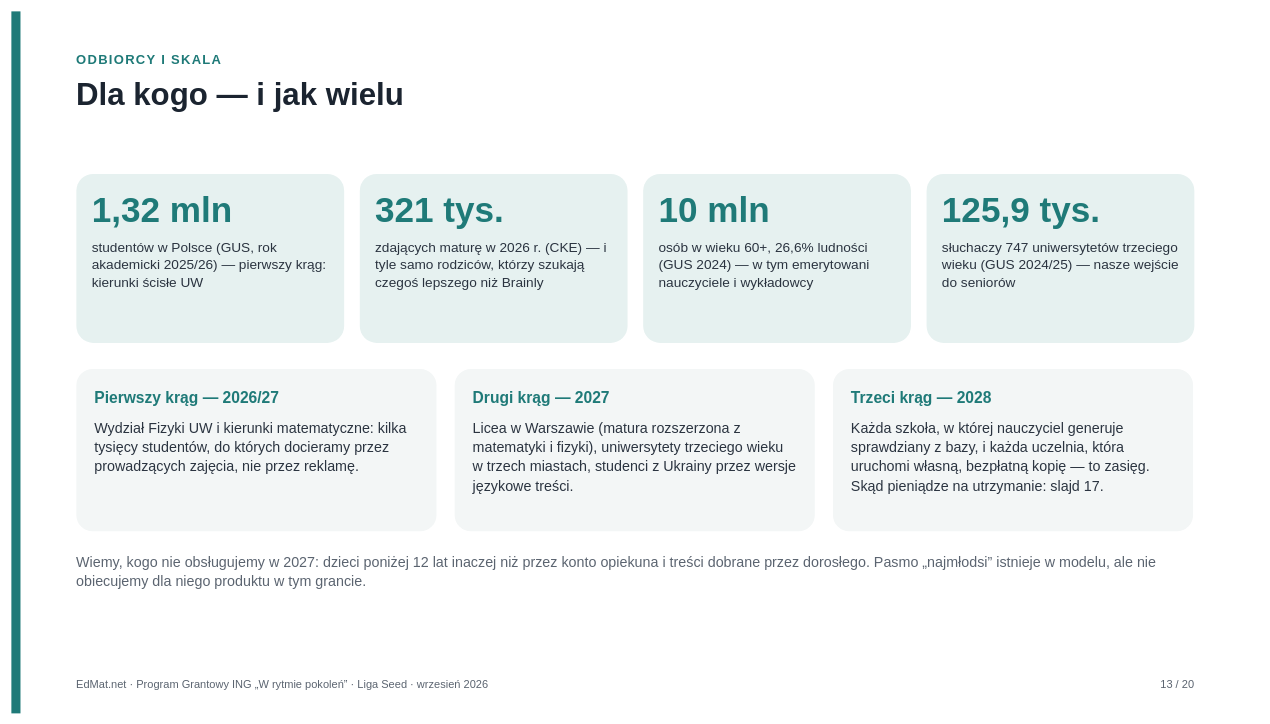
tryingtodosth/edmat keeps this draw.io diagram as page "11 Odbiorcy" (13 of 20) of grant/ING-2026/EdMat-ING-2026.drawio. Above is the earlier version. Source tidied: cells renumbered, new cells numbered last; positions are measured from the earlier drawing's top-left corner, leaving out a move shared by most shapes. Both pictures are drawn from the tidied source at 65%, with x=0, y=0 at pixel (11, 11).
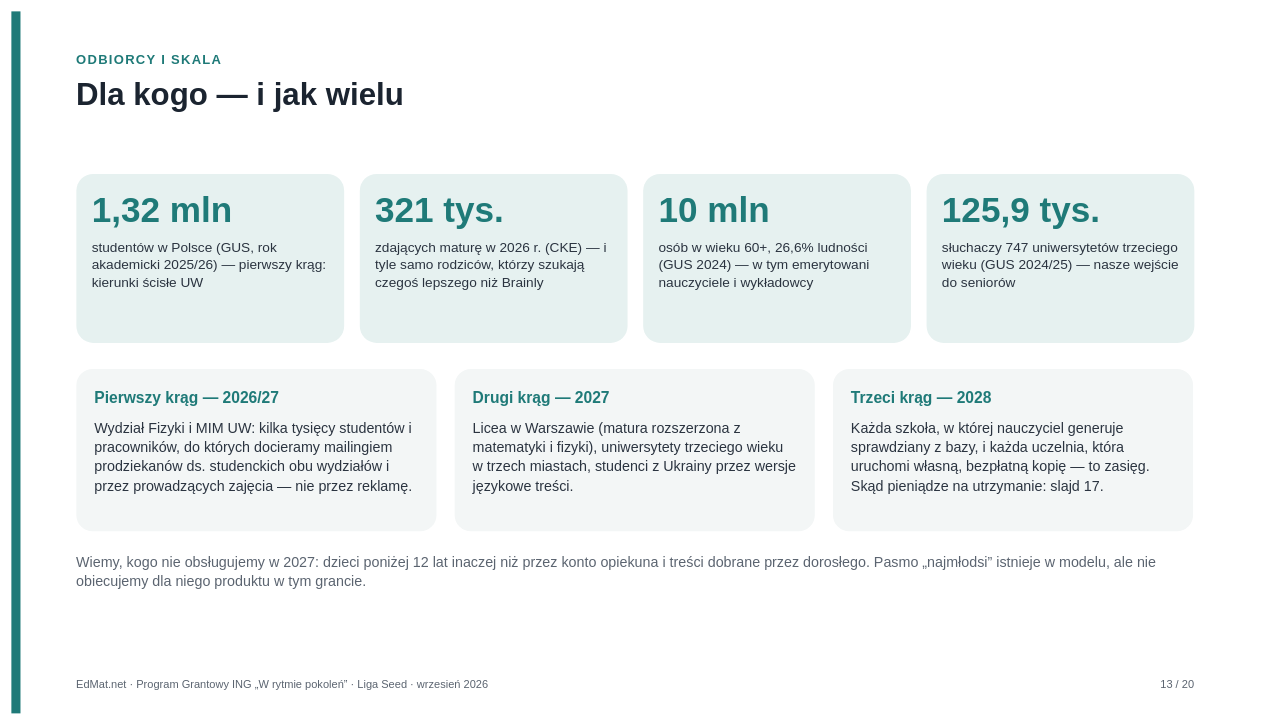
The same page after the edit.

Change to the diagram source:
```diff
@@
-    <mxCell id="20" value="&lt;div style=&quot;line-height:1.35&quot;&gt;Wydział Fizyki UW i kierunki matematyczne: kilka tysięcy studentów, do których docieramy przez prowadzących zajęcia, nie przez reklamę.&lt;/div&gt;" style="text;html=1;strokeColor=none;fillColor=none;align=left;verticalAlign=top;whiteSpace=wrap;overflow=visible;fontFamily=Helvetica;fontSize=22;fontColor=#2B3440;fontStyle=0;spacing=0;spacingTop=0;spacingLeft=0;spacingRight=0;spacingBottom=0;" parent="1" vertex="1">
+    <mxCell id="20" value="&lt;div style=&quot;line-height:1.35&quot;&gt;Wydział Fizyki i MIM UW: kilka tysięcy studentów i pracowników, do których docieramy mailingiem prodziekanów ds. studenckich obu wydziałów i przez prowadzących zajęcia — nie przez reklamę.&lt;/div&gt;" style="text;html=1;strokeColor=none;fillColor=none;align=left;verticalAlign=top;whiteSpace=wrap;overflow=visible;fontFamily=Helvetica;fontSize=22;fontColor=#2B3440;fontStyle=0;spacing=0;spacingTop=0;spacingLeft=0;spacingRight=0;spacingBottom=0;" parent="1" vertex="1">
       <mxGeometry x="128" y="622" width="498" height="170" as="geometry" />
     </mxCell>
```
